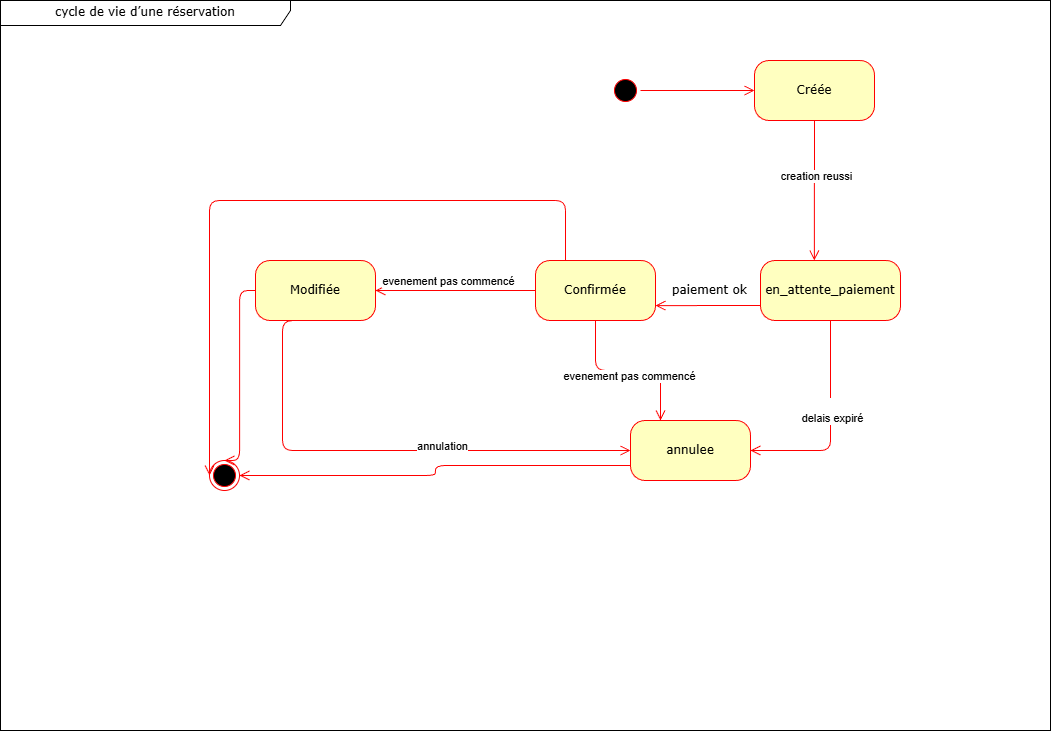
annickFeutseu/gestion-centres-congres-bmo keeps this draw.io diagram as states-diagrams/statesReservation.png. Above is the earlier version. Source tidied: cells renumbered, new cells last; positions are measured from the earlier drawing's top-left corner, leaving out a move shared by most shapes.
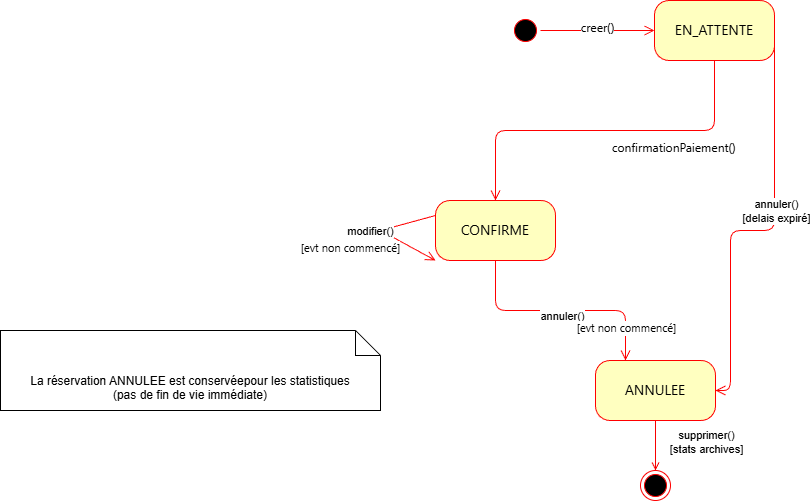
Later version of the same file.

Diff of the diagram source:
```diff
@@ -2,16 +2,10 @@
   <root>
     <mxCell id="0" />
     <mxCell id="1" parent="0" />
-    <mxCell id="2" value="&lt;span class=&quot;BZ_Pyq_fadeIn&quot;&gt;cycle &lt;/span&gt;&lt;span class=&quot;BZ_Pyq_fadeIn&quot;&gt;de &lt;/span&gt;&lt;span class=&quot;BZ_Pyq_fadeIn&quot;&gt;vie &lt;/span&gt;&lt;span class=&quot;BZ_Pyq_fadeIn&quot;&gt;d’une &lt;/span&gt;&lt;span class=&quot;BZ_Pyq_fadeIn&quot;&gt;réservation&lt;/span&gt;" style="shape=umlFrame;whiteSpace=wrap;html=1;rounded=1;shadow=0;comic=0;labelBackgroundColor=none;strokeWidth=1;fontFamily=Verdana;fontSize=12;align=center;width=290;height=25;" parent="1" vertex="1">
-      <mxGeometry width="1050" height="730" as="geometry" />
-    </mxCell>
     <mxCell id="3" style="ellipse;html=1;shape=startState;fillColor=#000000;strokeColor=#ff0000;rounded=1;shadow=0;comic=0;labelBackgroundColor=none;fontFamily=Verdana;fontSize=12;fontColor=#000000;align=center;direction=south;" parent="1" vertex="1">
       <mxGeometry x="610" y="75" width="30" height="30" as="geometry" />
     </mxCell>
-    <mxCell id="4" value="Modifiée" style="rounded=1;whiteSpace=wrap;html=1;arcSize=24;fillColor=#ffffc0;strokeColor=#ff0000;shadow=0;comic=0;labelBackgroundColor=none;fontFamily=Verdana;fontSize=12;fontColor=#000000;align=center;" parent="1" vertex="1">
-      <mxGeometry x="255" y="260" width="120" height="60" as="geometry" />
-    </mxCell>
-    <mxCell id="5" value="Créée" style="rounded=1;whiteSpace=wrap;html=1;arcSize=24;fillColor=#ffffc0;strokeColor=#ff0000;shadow=0;comic=0;labelBackgroundColor=none;fontFamily=Verdana;fontSize=12;fontColor=#000000;align=center;" parent="1" vertex="1">
+    <mxCell id="5" value="&lt;span style=&quot;font-family: &amp;quot;Anthropic Sans&amp;quot;, -apple-system, BlinkMacSystemFont, &amp;quot;Segoe UI&amp;quot;, sans-serif; font-size: 14px; text-align: start; text-wrap-mode: nowrap;&quot;&gt;EN_ATTENTE&lt;/span&gt;" style="rounded=1;whiteSpace=wrap;html=1;arcSize=24;fillColor=#ffffc0;strokeColor=#ff0000;shadow=0;comic=0;labelBackgroundColor=none;fontFamily=Verdana;fontSize=12;fontColor=#000000;align=center;" parent="1" vertex="1">
       <mxGeometry x="754" y="60" width="120" height="60" as="geometry" />
     </mxCell>
     <mxCell id="6" style="edgeStyle=orthogonalEdgeStyle;html=1;exitX=0.5;exitY=1;entryX=0.25;entryY=0;labelBackgroundColor=none;endArrow=open;endSize=8;strokeColor=#ff0000;fontFamily=Verdana;fontSize=12;align=left;entryDx=0;entryDy=0;exitDx=0;exitDy=0;" parent="1" edge="1" source="12" target="9">
@@ -20,77 +14,71 @@
     <mxCell id="7" value="Text" style="edgeLabel;html=1;align=center;verticalAlign=middle;" parent="6" vertex="1">
       <mxGeometry x="0.05" y="-3" relative="1" as="geometry" />
     </mxCell>
-    <mxCell id="8" value="evenement pas commencé" style="edgeLabel;html=1;align=center;verticalAlign=middle;" parent="6" vertex="1">
+    <mxCell id="8" value="&lt;p class=&quot;MsoNormal&quot;&gt;annuler()&lt;/p&gt;" style="edgeLabel;html=1;align=center;verticalAlign=middle;" parent="6" vertex="1">
       <mxGeometry x="0.02" y="-5" relative="1" as="geometry">
         <mxPoint x="-1" as="offset" />
       </mxGeometry>
     </mxCell>
+    <mxCell id="26" value="&lt;span style=&quot;font-family: &amp;quot;Anthropic Sans&amp;quot;, -apple-system, BlinkMacSystemFont, &amp;quot;Segoe UI&amp;quot;, sans-serif; text-align: start;&quot;&gt;[evt non commencé]&lt;/span&gt;" style="edgeLabel;html=1;align=center;verticalAlign=middle;" parent="6" vertex="1">
+      <mxGeometry x="0.71" relative="1" as="geometry" />
+    </mxCell>
+    <mxCell id="24" style="edgeStyle=orthogonalEdgeStyle;rounded=0;jettySize=auto;html=1;endArrow=open;endFill=0;strokeColor=#F80000;" parent="1" edge="1" source="9" target="23">
+      <mxGeometry relative="1" as="geometry" />
+    </mxCell>
+    <mxCell id="27" value="supprimer()&lt;br&gt;[stats archives]" style="edgeLabel;html=1;align=center;verticalAlign=middle;" parent="24" vertex="1">
+      <mxGeometry x="-0.17" y="4" relative="1" as="geometry">
+        <mxPoint x="46" as="offset" />
+      </mxGeometry>
+    </mxCell>
-    <mxCell id="9" value="annulee" style="rounded=1;whiteSpace=wrap;html=1;arcSize=24;fillColor=#ffffc0;strokeColor=#ff0000;shadow=0;comic=0;labelBackgroundColor=none;fontFamily=Verdana;fontSize=12;fontColor=#000000;align=center;" parent="1" vertex="1">
-      <mxGeometry x="630" y="420" width="120" height="60" as="geometry" />
+    <mxCell id="9" value="&lt;span style=&quot;font-family: &amp;quot;Anthropic Sans&amp;quot;, -apple-system, BlinkMacSystemFont, &amp;quot;Segoe UI&amp;quot;, sans-serif; font-size: 14px; text-align: start; text-wrap-mode: nowrap;&quot;&gt;ANNULEE&lt;/span&gt;" style="rounded=1;whiteSpace=wrap;html=1;arcSize=24;fillColor=#ffffc0;strokeColor=#ff0000;shadow=0;comic=0;labelBackgroundColor=none;fontFamily=Verdana;fontSize=12;fontColor=#000000;align=center;" parent="1" vertex="1">
+      <mxGeometry x="695" y="420" width="120" height="60" as="geometry" />
     </mxCell>
-    <mxCell id="10" value="paiement ok" style="edgeStyle=elbowEdgeStyle;html=1;exitX=0;exitY=0.75;entryX=1;entryY=0.75;labelBackgroundColor=none;endArrow=open;endSize=8;strokeColor=#ff0000;fontFamily=Verdana;fontSize=12;align=left;elbow=vertical;" parent="1" edge="1" source="11" target="12">
-      <mxGeometry x="0.71" y="-15" relative="1" as="geometry" />
+    <mxCell id="10" value="&lt;span style=&quot;font-family: &amp;quot;Anthropic Sans&amp;quot;, -apple-system, BlinkMacSystemFont, &amp;quot;Segoe UI&amp;quot;, sans-serif;&quot;&gt;confirmationPaiement()&lt;/span&gt;" style="edgeStyle=elbowEdgeStyle;html=1;exitX=0.5;exitY=1;labelBackgroundColor=none;endArrow=open;endSize=8;strokeColor=#ff0000;fontFamily=Verdana;fontSize=12;align=left;elbow=vertical;exitDx=0;exitDy=0;" parent="1" edge="1" source="5" target="12">
+      <mxGeometry x="-0.03" y="17" relative="1" as="geometry" />
     </mxCell>
-    <mxCell id="11" value="en_attente_paiement" style="rounded=1;whiteSpace=wrap;html=1;arcSize=24;fillColor=#ffffc0;strokeColor=#ff0000;shadow=0;comic=0;labelBackgroundColor=none;fontFamily=Verdana;fontSize=12;fontColor=#000000;align=center;" parent="1" vertex="1">
-      <mxGeometry x="760" y="260" width="140" height="60" as="geometry" />
-    </mxCell>
-    <mxCell id="12" value="Confirmée" style="rounded=1;whiteSpace=wrap;html=1;arcSize=24;fillColor=#ffffc0;strokeColor=#ff0000;shadow=0;comic=0;labelBackgroundColor=none;fontFamily=Verdana;fontSize=12;fontColor=#000000;align=center;" parent="1" vertex="1">
+    <mxCell id="12" value="&lt;span style=&quot;font-family: &amp;quot;Anthropic Sans&amp;quot;, -apple-system, BlinkMacSystemFont, &amp;quot;Segoe UI&amp;quot;, sans-serif; font-size: 14px; text-align: start; text-wrap-mode: nowrap;&quot;&gt;CONFIRME&lt;/span&gt;" style="rounded=1;whiteSpace=wrap;html=1;arcSize=24;fillColor=#ffffc0;strokeColor=#ff0000;shadow=0;comic=0;labelBackgroundColor=none;fontFamily=Verdana;fontSize=12;fontColor=#000000;align=center;" parent="1" vertex="1">
       <mxGeometry x="535" y="260" width="120" height="60" as="geometry" />
     </mxCell>
     <mxCell id="13" style="edgeStyle=orthogonalEdgeStyle;html=1;labelBackgroundColor=none;endArrow=open;endSize=8;strokeColor=#ff0000;fontFamily=Verdana;fontSize=12;align=left;" parent="1" edge="1" source="3" target="5">
       <mxGeometry relative="1" as="geometry" />
     </mxCell>
+    <mxCell id="28" value="&lt;span style=&quot;font-family: &amp;quot;Anthropic Sans&amp;quot;, -apple-system, BlinkMacSystemFont, &amp;quot;Segoe UI&amp;quot;, sans-serif; font-size: 12px; text-align: start;&quot;&gt;creer()&lt;/span&gt;" style="edgeLabel;html=1;align=center;verticalAlign=middle;" parent="13" vertex="1">
+      <mxGeometry x="-0.02" y="4" relative="1" as="geometry" />
+    </mxCell>
-    <mxCell id="14" style="edgeStyle=orthogonalEdgeStyle;html=1;labelBackgroundColor=none;endArrow=open;endSize=8;strokeColor=#ff0000;fontFamily=Verdana;fontSize=12;align=left;entryX=1;entryY=0.5;exitX=0.5;exitY=1;exitDx=0;exitDy=0;entryDx=0;entryDy=0;" parent="1" edge="1" source="11" target="9">
+    <mxCell id="14" style="edgeStyle=orthogonalEdgeStyle;html=1;labelBackgroundColor=none;endArrow=open;endSize=8;strokeColor=#ff0000;fontFamily=Verdana;fontSize=12;align=left;entryX=1;entryY=0.5;exitX=1;exitY=0.5;exitDx=0;exitDy=0;entryDx=0;entryDy=0;" parent="1" edge="1" source="5" target="9">
       <mxGeometry relative="1" as="geometry">
         <Array as="points">
+          <mxPoint x="874" y="290" />
+          <mxPoint x="830" y="290" />
           <mxPoint x="830" y="450" />
         </Array>
       </mxGeometry>
     </mxCell>
-    <mxCell id="15" value="&lt;br style=&quot;font-family: Verdana; font-size: 12px; text-align: left; background-color: rgb(236, 236, 236);&quot;&gt;&lt;span style=&quot;float: none; display: inline !important; color: rgb(0, 0, 0); background-color: rgb(255, 255, 255);&quot;&gt;delais expiré&lt;/span&gt;" style="edgeLabel;html=1;align=center;verticalAlign=middle;" parent="14" vertex="1">
+    <mxCell id="15" value="&lt;span style=&quot;float: none; display: inline !important; color: rgb(0, 0, 0); background-color: rgb(255, 255, 255);&quot;&gt;annuler()&lt;br&gt;[delais expiré]&lt;/span&gt;" style="edgeLabel;html=1;align=center;verticalAlign=middle;" parent="14" vertex="1">
       <mxGeometry x="-0.14" y="1" relative="1" as="geometry" />
     </mxCell>
-    <mxCell id="16" style="edgeStyle=orthogonalEdgeStyle;html=1;labelBackgroundColor=none;endArrow=open;endSize=8;strokeColor=#ff0000;fontFamily=Verdana;fontSize=12;align=left;exitX=0.75;exitY=1;exitDx=0;exitDy=0;entryX=0;entryY=0.5;entryDx=0;entryDy=0;" parent="1" edge="1" source="4" target="9">
-      <mxGeometry relative="1" as="geometry">
-        <Array as="points">
-          <mxPoint x="282" y="450" />
-        </Array>
-      </mxGeometry>
-    </mxCell>
-    <mxCell id="17" value="annulation" style="edgeLabel;html=1;align=center;verticalAlign=middle;" parent="16" vertex="1">
-      <mxGeometry x="0.3" y="5" relative="1" as="geometry" />
-    </mxCell>
-    <mxCell id="18" style="edgeStyle=orthogonalEdgeStyle;html=1;exitX=0;exitY=0.5;entryX=1;entryY=0.5;labelBackgroundColor=none;endArrow=open;endSize=8;strokeColor=#ff0000;fontFamily=Verdana;fontSize=12;align=left;entryDx=0;entryDy=0;exitDx=0;exitDy=0;" parent="1" edge="1" source="12" target="4">
-      <mxGeometry relative="1" as="geometry" />
+    <mxCell id="18" style="edgeStyle=orthogonalEdgeStyle;html=1;exitX=0;exitY=0.25;entryX=0;entryY=1;labelBackgroundColor=none;endArrow=open;endSize=8;strokeColor=#ff0000;fontFamily=Verdana;fontSize=12;align=left;entryDx=0;entryDy=0;exitDx=0;exitDy=0;elbow=horizontal;" parent="1" edge="1" source="12" target="12">
+      <mxGeometry relative="1" as="geometry">
+        <Array as="points">
+          <mxPoint x="480" y="290" />
+        </Array>
+      </mxGeometry>
     </mxCell>
-    <mxCell id="19" value="evenement pas commencé" style="edgeLabel;html=1;align=center;verticalAlign=middle;" parent="18" vertex="1">
-      <mxGeometry x="0.1" y="-3" relative="1" as="geometry">
-        <mxPoint y="-7" as="offset" />
-      </mxGeometry>
-    </mxCell>
-    <mxCell id="20" style="edgeStyle=elbowEdgeStyle;html=1;labelBackgroundColor=none;endArrow=open;endSize=8;strokeColor=#ff0000;fontFamily=Verdana;fontSize=12;align=left;exitX=0;exitY=0.5;entryX=0.5;entryY=0;entryDx=0;entryDy=0;exitDx=0;exitDy=0;" parent="1" edge="1" source="4" target="23">
-      <mxGeometry relative="1" as="geometry" />
-    </mxCell>
-    <mxCell id="21" style="edgeStyle=elbowEdgeStyle;html=1;labelBackgroundColor=none;endArrow=open;endSize=8;strokeColor=#ff0000;fontFamily=Verdana;fontSize=12;align=left;exitX=0.5;exitY=1;exitDx=0;exitDy=0;" parent="1" edge="1" source="5">
-      <mxGeometry relative="1" as="geometry">
-        <mxPoint x="813" y="260" as="targetPoint" />
-      </mxGeometry>
-    </mxCell>
-    <mxCell id="22" value="creation reussi" style="edgeLabel;html=1;align=center;verticalAlign=middle;" parent="21" vertex="1">
-      <mxGeometry x="-0.21" y="2" relative="1" as="geometry" />
-    </mxCell>
+    <mxCell id="29" value="modifier()" style="edgeLabel;html=1;align=center;verticalAlign=middle;" parent="18" vertex="1">
+      <mxGeometry x="0.43" y="-2" relative="1" as="geometry">
+        <mxPoint x="-34" y="-15" as="offset" />
+      </mxGeometry>
+    </mxCell>
+    <mxCell id="30" value="&lt;span style=&quot;font-family: &amp;quot;Anthropic Sans&amp;quot;, -apple-system, BlinkMacSystemFont, &amp;quot;Segoe UI&amp;quot;, sans-serif; text-align: start;&quot;&gt;[evt non commencé]&lt;/span&gt;" style="edgeLabel;html=1;align=center;verticalAlign=middle;" parent="18" vertex="1">
+      <mxGeometry x="0.49" y="-3" relative="1" as="geometry">
+        <mxPoint x="-57" as="offset" />
+      </mxGeometry>
+    </mxCell>
     <mxCell id="23" style="ellipse;html=1;shape=endState;fillColor=#000000;strokeColor=#ff0000;" parent="1" vertex="1">
-      <mxGeometry x="209" y="460" width="30" height="30" as="geometry" />
+      <mxGeometry x="740" y="530" width="30" height="30" as="geometry" />
     </mxCell>
-    <mxCell id="24" style="edgeStyle=elbowEdgeStyle;html=1;labelBackgroundColor=none;endArrow=open;endSize=8;strokeColor=#ff0000;fontFamily=Verdana;fontSize=12;align=left;entryX=1;entryY=0.5;entryDx=0;entryDy=0;exitX=0;exitY=0.75;exitDx=0;exitDy=0;" parent="1" edge="1" source="9" target="23">
-      <mxGeometry relative="1" as="geometry" />
-    </mxCell>
-    <mxCell id="25" style="edgeStyle=elbowEdgeStyle;html=1;labelBackgroundColor=none;endArrow=open;endSize=8;strokeColor=#ff0000;fontFamily=Verdana;fontSize=12;align=left;exitX=0.25;exitY=0;entryX=0;entryY=0.5;entryDx=0;entryDy=0;exitDx=0;exitDy=0;" parent="1" edge="1" source="12" target="23">
-      <mxGeometry relative="1" as="geometry">
-        <Array as="points">
-          <mxPoint x="230" y="200" />
-        </Array>
-      </mxGeometry>
-    </mxCell>
+    <mxCell id="31" value="&lt;p class=&quot;MsoNormal&quot;&gt;La réservation ANNULEE est conservéepour les statistiques&lt;br/&gt;(pas de fin de vie immédiate)&lt;/p&gt;" style="shape=note2;boundedLbl=1;whiteSpace=wrap;html=1;size=25;verticalAlign=top;align=center;fillColor=none;" parent="1" vertex="1">
+      <mxGeometry x="100" y="390" width="380" height="80" as="geometry" />
+    </mxCell>
   </root>
 </mxGraphModel>
```
